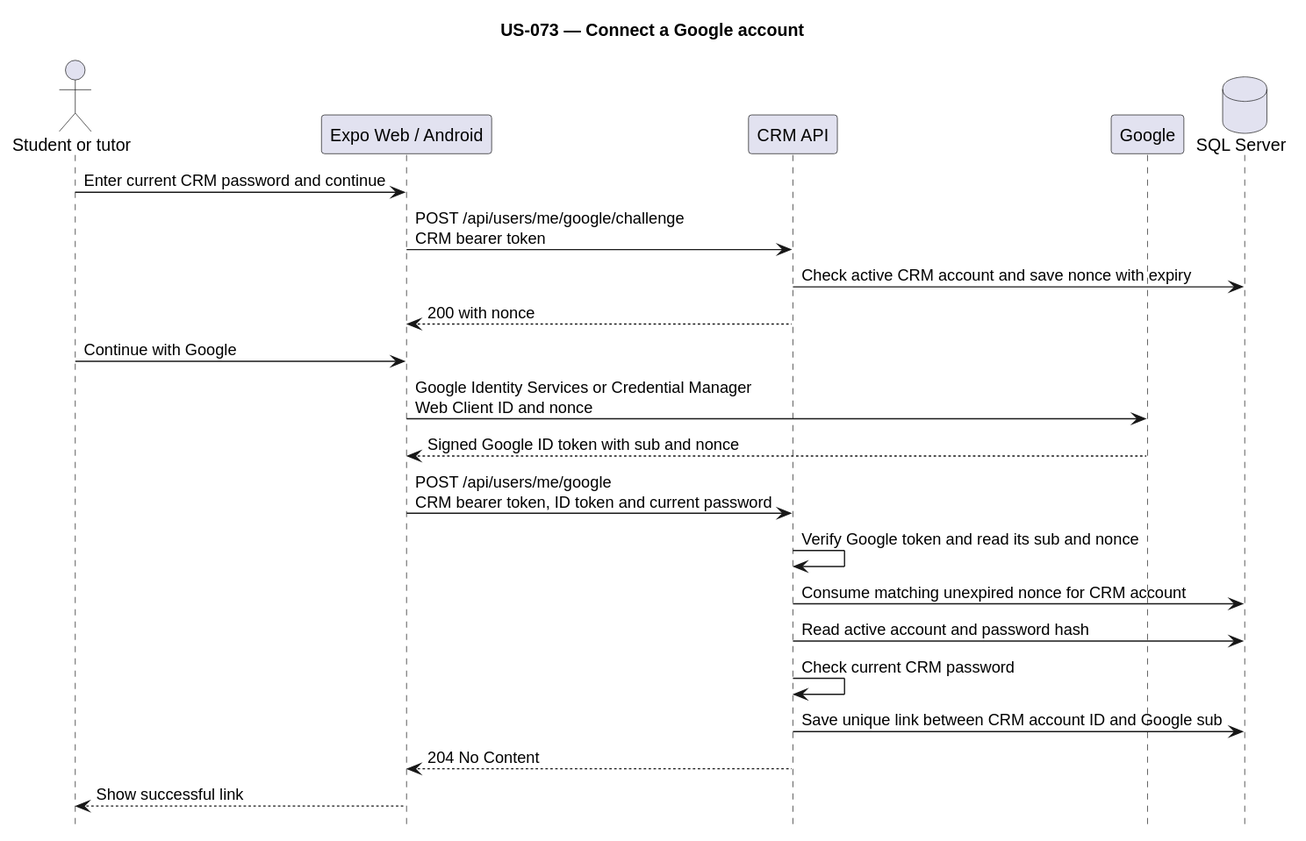
This is docs/technical_docs/backend_docs/user_stories/us_073/diagrams/google_account_linking.svg from JStec0312/Tutoring-CRM-System, a PlantUML export, as it was before one commit. The source it was exported from:
```plantuml
@startuml
title US-073 — Connect a Google account
hide footbox
actor "Student or tutor" as User
participant "Expo Web / Android" as Client
participant "CRM API" as API
participant "Google" as Google
database "SQL Server" as DB

User -> Client : Enter current CRM password and continue
Client -> API : POST /api/users/me/google/challenge\nCRM bearer token
API -> DB : Check active CRM account and save nonce with expiry
API --> Client : 200 with nonce
User -> Client : Continue with Google
Client -> Google : Google Identity Services or Credential Manager\nWeb Client ID and nonce
Google --> Client : Signed Google ID token with sub and nonce
Client -> API : POST /api/users/me/google\nCRM bearer token, ID token and current password
API -> API : Verify Google token and read its sub and nonce
API -> DB : Consume matching unexpired nonce for CRM account
API -> DB : Read active account and password hash
API -> API : Check current CRM password
API -> DB : Save unique link between CRM account ID and Google sub
API --> Client : 204 No Content
Client --> User : Show successful link
@enduml
```
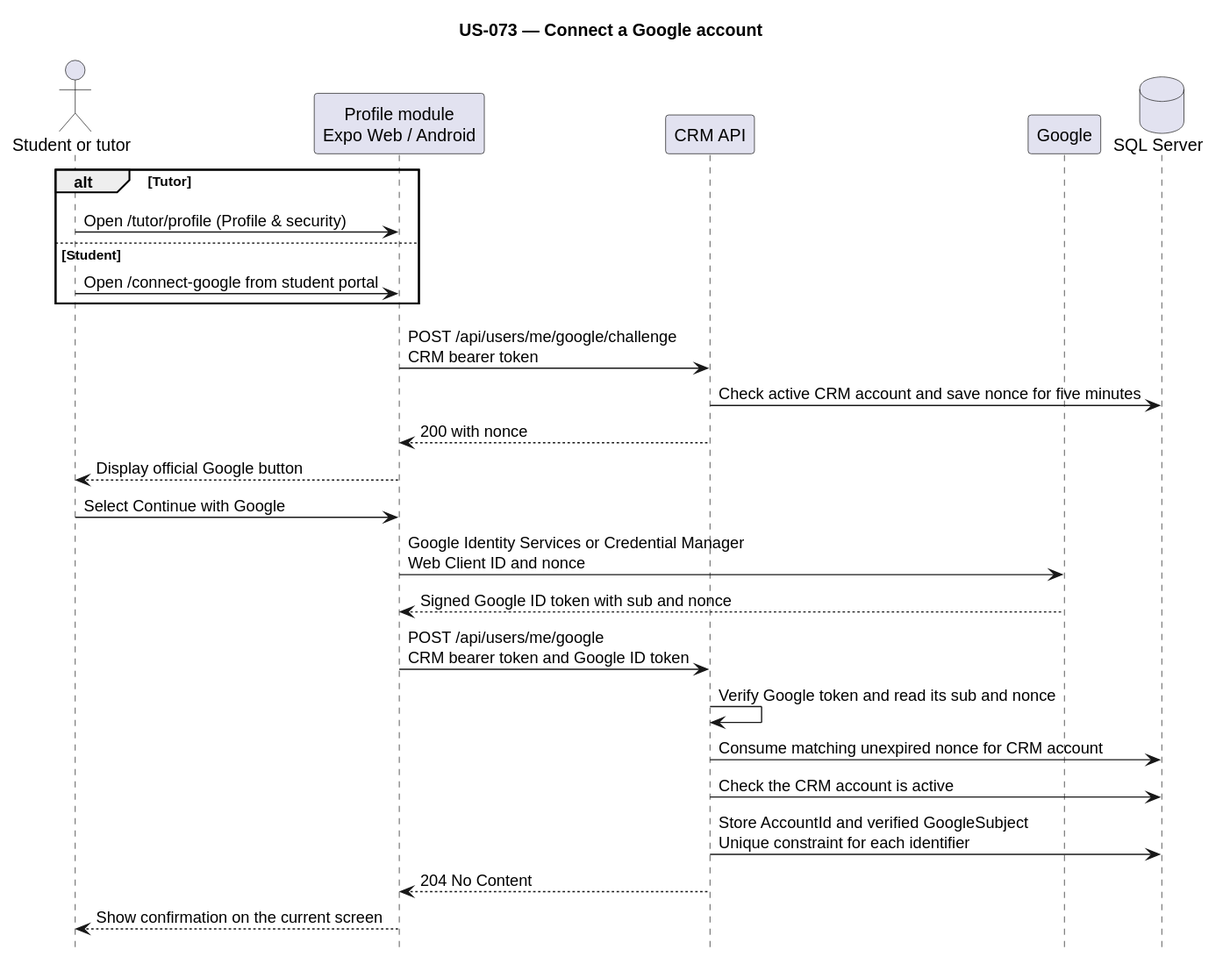
Above is the later version.

Change to the diagram source:
```diff
@@ -2,24 +2,28 @@
 title US-073 — Connect a Google account
 hide footbox
 actor "Student or tutor" as User
-participant "Expo Web / Android" as Client
+participant "Profile module\nExpo Web / Android" as Client
 participant "CRM API" as API
 participant "Google" as Google
 database "SQL Server" as DB
 
-User -> Client : Enter current CRM password and continue
+alt Tutor
+  User -> Client : Open /tutor/profile (Profile & security)
+else Student
+  User -> Client : Open /connect-google from student portal
+end
 Client -> API : POST /api/users/me/google/challenge\nCRM bearer token
-API -> DB : Check active CRM account and save nonce with expiry
+API -> DB : Check active CRM account and save nonce for five minutes
 API --> Client : 200 with nonce
-User -> Client : Continue with Google
+Client --> User : Display official Google button
+User -> Client : Select Continue with Google
 Client -> Google : Google Identity Services or Credential Manager\nWeb Client ID and nonce
 Google --> Client : Signed Google ID token with sub and nonce
-Client -> API : POST /api/users/me/google\nCRM bearer token, ID token and current password
+Client -> API : POST /api/users/me/google\nCRM bearer token and Google ID token
 API -> API : Verify Google token and read its sub and nonce
 API -> DB : Consume matching unexpired nonce for CRM account
-API -> DB : Read active account and password hash
-API -> API : Check current CRM password
-API -> DB : Save unique link between CRM account ID and Google sub
+API -> DB : Check the CRM account is active
+API -> DB : Store AccountId and verified GoogleSubject\nUnique constraint for each identifier
 API --> Client : 204 No Content
-Client --> User : Show successful link
+Client --> User : Show confirmation on the current screen
 @enduml
```
